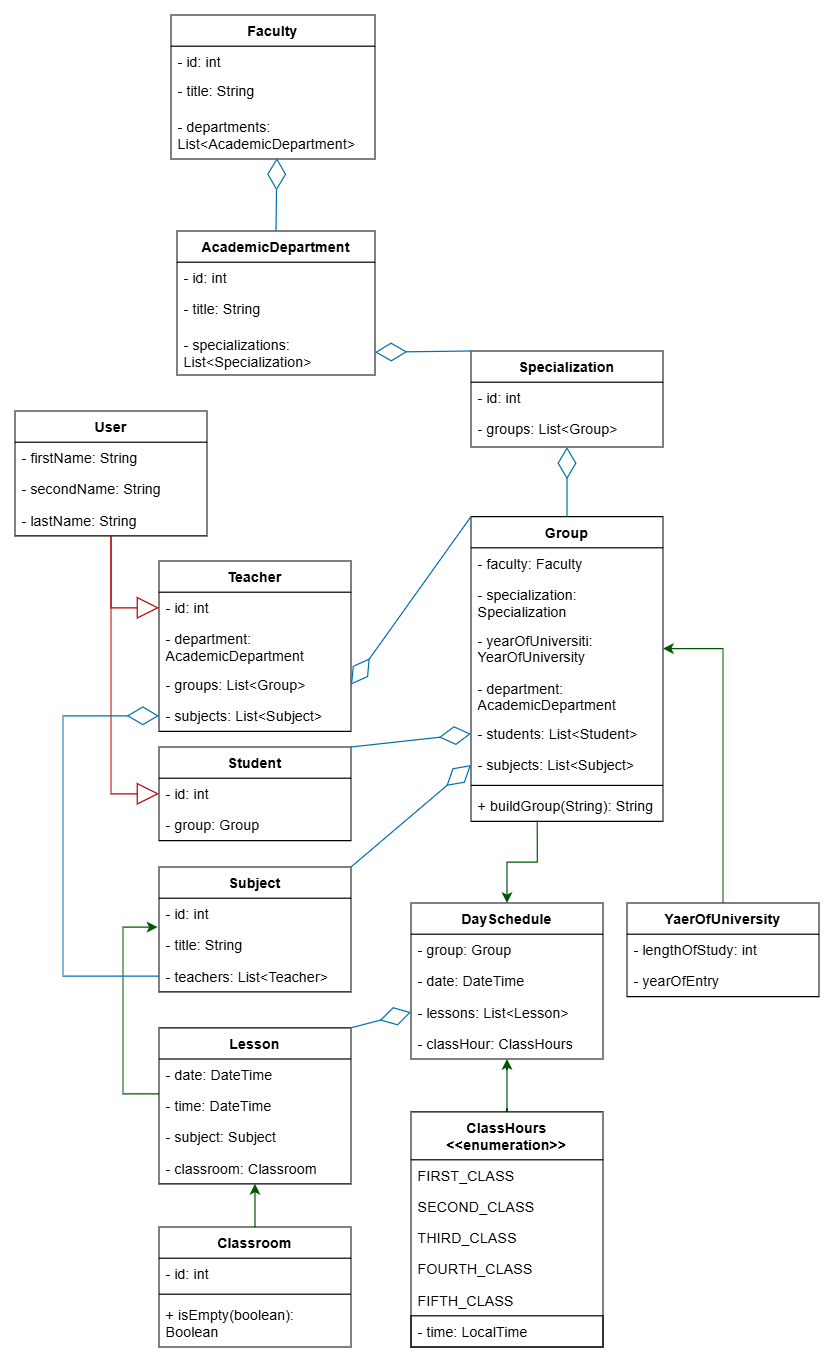
Earlier version of the draw.io export docs/University_UML_class_diagram.png (theMisticOrb/universitySchedule). Source tidied: cells renumbered, new cells last; positions are measured from the earlier drawing's top-left corner, leaving out a move shared by most shapes.
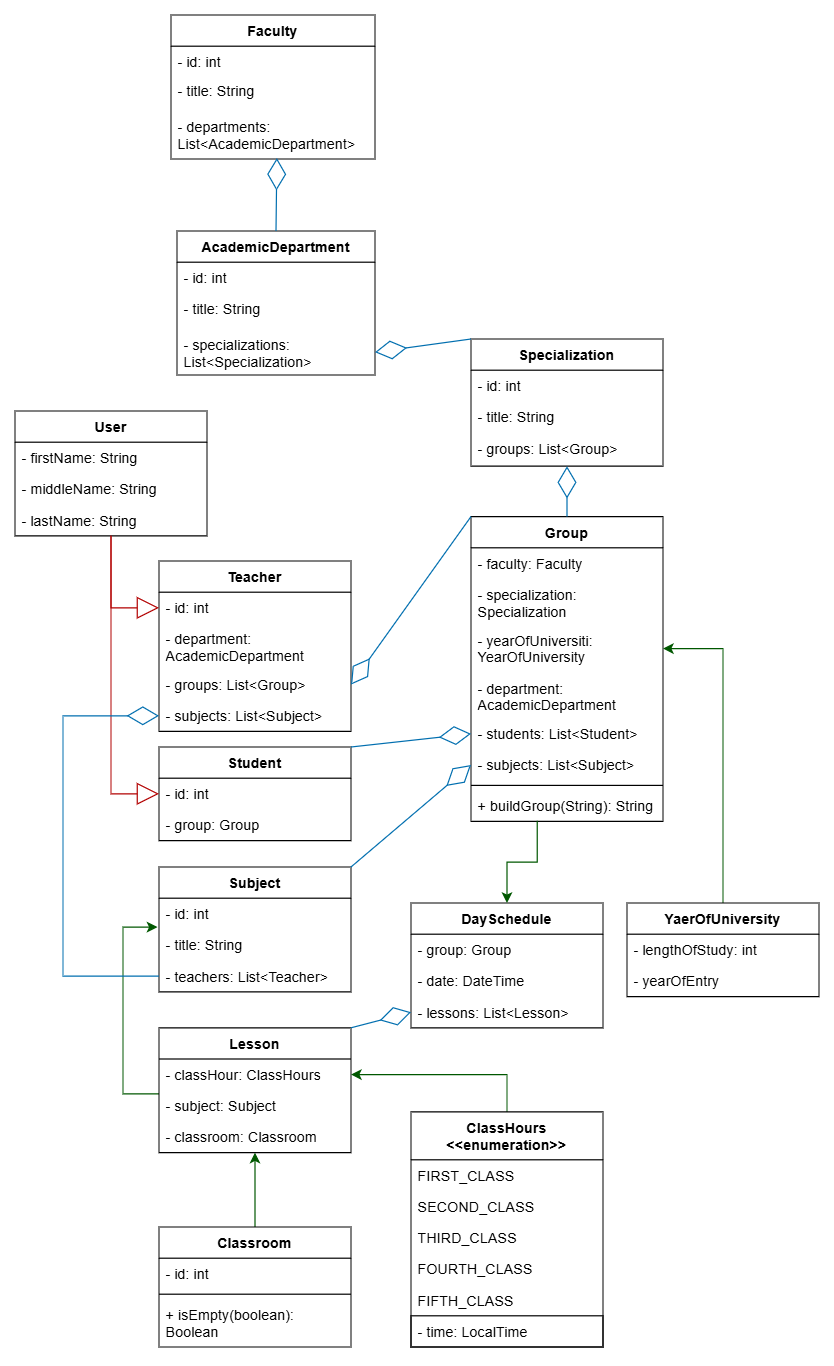
After the change.

Change to the diagram source:
```diff
@@ -78,16 +78,19 @@
       <mxGeometry y="228" width="160" height="26" as="geometry" />
     </mxCell>
     <mxCell id="27" value="Specialization" style="swimlane;fontStyle=1;align=center;verticalAlign=top;horizontal=1;startSize=26;whiteSpace=wrap;html=1;" parent="1" vertex="1">
-      <mxGeometry x="380" y="280" width="160" height="80" as="geometry" />
+      <mxGeometry x="380" y="270" width="160" height="106" as="geometry" />
     </mxCell>
     <mxCell id="28" value="- id: int" style="text;strokeColor=none;fillColor=none;align=left;verticalAlign=top;spacingLeft=4;spacingRight=4;overflow=hidden;whiteSpace=wrap;html=1;" parent="27" vertex="1">
       <mxGeometry y="26" width="160" height="26" as="geometry" />
     </mxCell>
+    <mxCell id="77" value="- title: String" style="text;strokeColor=none;fillColor=none;align=left;verticalAlign=top;spacingLeft=4;spacingRight=4;overflow=hidden;whiteSpace=wrap;html=1;" parent="27" vertex="1">
+      <mxGeometry y="52" width="160" height="26" as="geometry" />
+    </mxCell>
     <mxCell id="29" value="- groups: List&amp;lt;Group&amp;gt;" style="text;strokeColor=none;fillColor=none;align=left;verticalAlign=top;spacingLeft=4;spacingRight=4;overflow=hidden;whiteSpace=wrap;html=1;" parent="27" vertex="1">
-      <mxGeometry y="52" width="160" height="28" as="geometry" />
+      <mxGeometry y="78" width="160" height="28" as="geometry" />
     </mxCell>
     <mxCell id="30" value="DaySchedule" style="swimlane;fontStyle=1;align=center;verticalAlign=top;horizontal=1;startSize=26;whiteSpace=wrap;html=1;" parent="1" vertex="1">
-      <mxGeometry x="330" y="740" width="160" height="130" as="geometry" />
+      <mxGeometry x="330" y="740" width="160" height="104" as="geometry" />
     </mxCell>
     <mxCell id="31" value="- group: Group" style="text;strokeColor=none;fillColor=none;align=left;verticalAlign=top;spacingLeft=4;spacingRight=4;overflow=hidden;whiteSpace=wrap;html=1;" parent="30" vertex="1">
       <mxGeometry y="26" width="160" height="26" as="geometry" />
@@ -98,9 +101,6 @@
     <mxCell id="33" value="- lessons: List&amp;lt;Lesson&amp;gt;" style="text;strokeColor=none;fillColor=none;align=left;verticalAlign=top;spacingLeft=4;spacingRight=4;overflow=hidden;points=[[0,0.5],[1,0.5]];portConstraint=eastwest;whiteSpace=wrap;html=1;" parent="30" vertex="1">
       <mxGeometry y="78" width="160" height="26" as="geometry" />
     </mxCell>
-    <mxCell id="34" value="- classHour: ClassHours" style="text;strokeColor=none;fillColor=none;align=left;verticalAlign=top;spacingLeft=4;spacingRight=4;overflow=hidden;points=[[0,0.5],[1,0.5]];portConstraint=eastwest;whiteSpace=wrap;html=1;" parent="30" vertex="1">
-      <mxGeometry y="104" width="160" height="26" as="geometry" />
-    </mxCell>
     <mxCell id="35" style="edgeStyle=orthogonalEdgeStyle;rounded=0;jettySize=auto;html=1;entryX=0.5;entryY=1;entryDx=0;entryDy=0;fillColor=#008a00;strokeColor=#005700;" parent="1" edge="1" source="36" target="41">
       <mxGeometry relative="1" as="geometry" />
     </mxCell>
@@ -125,19 +125,16 @@
       </mxGeometry>
     </mxCell>
     <mxCell id="41" value="Lesson" style="swimlane;fontStyle=1;align=center;verticalAlign=top;horizontal=1;startSize=26;whiteSpace=wrap;html=1;" parent="1" vertex="1">
-      <mxGeometry x="120" y="844" width="160" height="130" as="geometry" />
+      <mxGeometry x="120" y="844" width="160" height="104" as="geometry" />
     </mxCell>
-    <mxCell id="42" value="- date: DateTime" style="text;strokeColor=none;fillColor=none;align=left;verticalAlign=top;spacingLeft=4;spacingRight=4;overflow=hidden;whiteSpace=wrap;html=1;" parent="41" vertex="1">
-      <mxGeometry y="26" width="160" height="26" as="geometry" />
-    </mxCell>
-    <mxCell id="43" value="- time: DateTime" style="text;strokeColor=none;fillColor=none;align=left;verticalAlign=top;spacingLeft=4;spacingRight=4;overflow=hidden;whiteSpace=wrap;html=1;" parent="41" vertex="1">
-      <mxGeometry y="52" width="160" height="26" as="geometry" />
-    </mxCell>
+    <mxCell id="34" value="- classHour: ClassHours" style="text;strokeColor=none;fillColor=none;align=left;verticalAlign=top;spacingLeft=4;spacingRight=4;overflow=hidden;points=[[0,0.5],[1,0.5]];portConstraint=eastwest;whiteSpace=wrap;html=1;" parent="41" vertex="1">
+      <mxGeometry y="26" width="160" height="26" as="geometry" />
+    </mxCell>
     <mxCell id="44" value="- subject: Subject" style="text;strokeColor=none;fillColor=none;align=left;verticalAlign=top;spacingLeft=4;spacingRight=4;overflow=hidden;whiteSpace=wrap;html=1;" parent="41" vertex="1">
-      <mxGeometry y="78" width="160" height="26" as="geometry" />
+      <mxGeometry y="52" width="160" height="26" as="geometry" />
     </mxCell>
     <mxCell id="45" value="- classroom: Classroom" style="text;strokeColor=none;fillColor=none;align=left;verticalAlign=top;spacingLeft=4;spacingRight=4;overflow=hidden;whiteSpace=wrap;html=1;" parent="41" vertex="1">
-      <mxGeometry y="104" width="160" height="26" as="geometry" />
+      <mxGeometry y="78" width="160" height="26" as="geometry" />
     </mxCell>
     <mxCell id="46" value="AcademicDepartment" style="swimlane;fontStyle=1;align=center;verticalAlign=top;horizontal=1;startSize=26;whiteSpace=wrap;html=1;" parent="1" vertex="1">
       <mxGeometry x="135" y="180" width="165" height="120" as="geometry" />
@@ -187,11 +184,10 @@
     <mxCell id="61" value="-&amp;nbsp;&lt;span style=&quot;background-color: transparent; color: light-dark(rgb(0, 0, 0), rgb(255, 255, 255));&quot;&gt;yearOfEntry&lt;/span&gt;" style="text;strokeColor=none;fillColor=none;align=left;verticalAlign=top;spacingLeft=4;spacingRight=4;overflow=hidden;whiteSpace=wrap;html=1;" parent="59" vertex="1">
       <mxGeometry y="52" width="160" height="26" as="geometry" />
     </mxCell>
-    <mxCell id="62" style="edgeStyle=orthogonalEdgeStyle;rounded=0;jettySize=auto;html=1;fillColor=#008a00;strokeColor=#005700;" parent="1" edge="1" source="63" target="34">
+    <mxCell id="62" style="edgeStyle=orthogonalEdgeStyle;rounded=0;jettySize=auto;html=1;fillColor=#008a00;strokeColor=#005700;entryX=1;entryY=0.5;entryDx=0;entryDy=0;" parent="1" edge="1" source="63" target="34">
       <mxGeometry relative="1" as="geometry">
         <Array as="points">
-          <mxPoint x="410" y="890" />
-          <mxPoint x="410" y="890" />
+          <mxPoint x="410" y="883" />
         </Array>
       </mxGeometry>
     </mxCell>
@@ -222,7 +218,7 @@
     <mxCell id="71" value="- firstName: String&lt;div&gt;&lt;br&gt;&lt;/div&gt;" style="text;strokeColor=none;fillColor=none;align=left;verticalAlign=top;spacingLeft=4;spacingRight=4;overflow=hidden;whiteSpace=wrap;html=1;" parent="70" vertex="1">
       <mxGeometry y="26" width="160" height="26" as="geometry" />
     </mxCell>
-    <mxCell id="72" value="- secondName: String" style="text;strokeColor=none;fillColor=none;align=left;verticalAlign=top;spacingLeft=4;spacingRight=4;overflow=hidden;whiteSpace=wrap;html=1;" parent="70" vertex="1">
+    <mxCell id="72" value="- middleName: String" style="text;strokeColor=none;fillColor=none;align=left;verticalAlign=top;spacingLeft=4;spacingRight=4;overflow=hidden;whiteSpace=wrap;html=1;" parent="70" vertex="1">
       <mxGeometry y="52" width="160" height="26" as="geometry" />
     </mxCell>
     <mxCell id="73" value="- lastName: String" style="text;strokeColor=none;fillColor=none;align=left;verticalAlign=top;spacingLeft=4;spacingRight=4;overflow=hidden;points=[[0,0.5],[1,0.5]];portConstraint=eastwest;whiteSpace=wrap;html=1;" parent="70" vertex="1">
```
